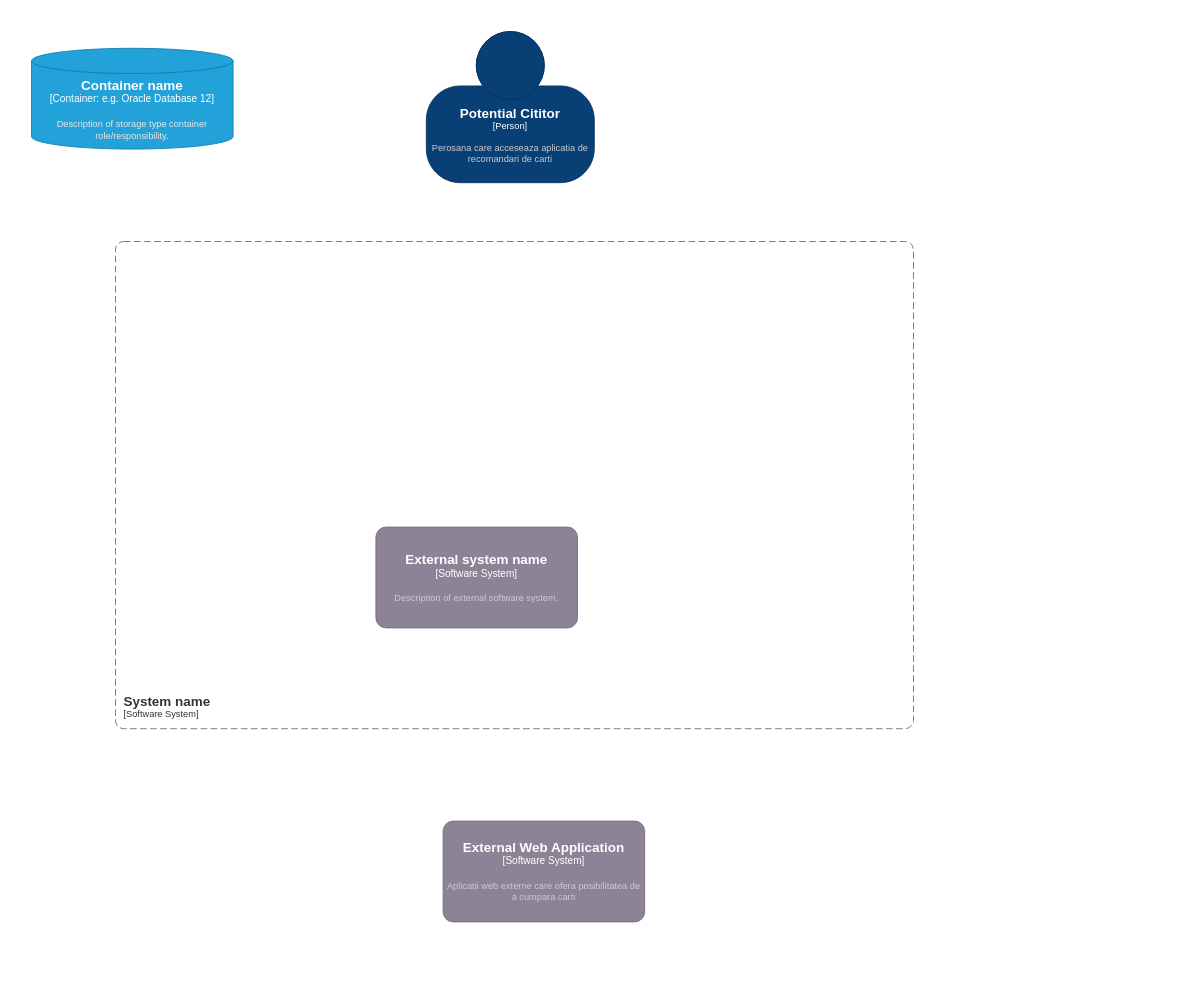
Before: page "Pagină-1" (1 of 2) of C4 model level 2.drawio in RotDr/C4Model, a draw.io diagram. Source tidied: cells renumbered, new cells numbered last; positions are measured from the earlier drawing's top-left corner, leaving out a move shared by most shapes. Both pictures are drawn from the tidied source at 84%, with x=0, y=0 at pixel (31, 31).
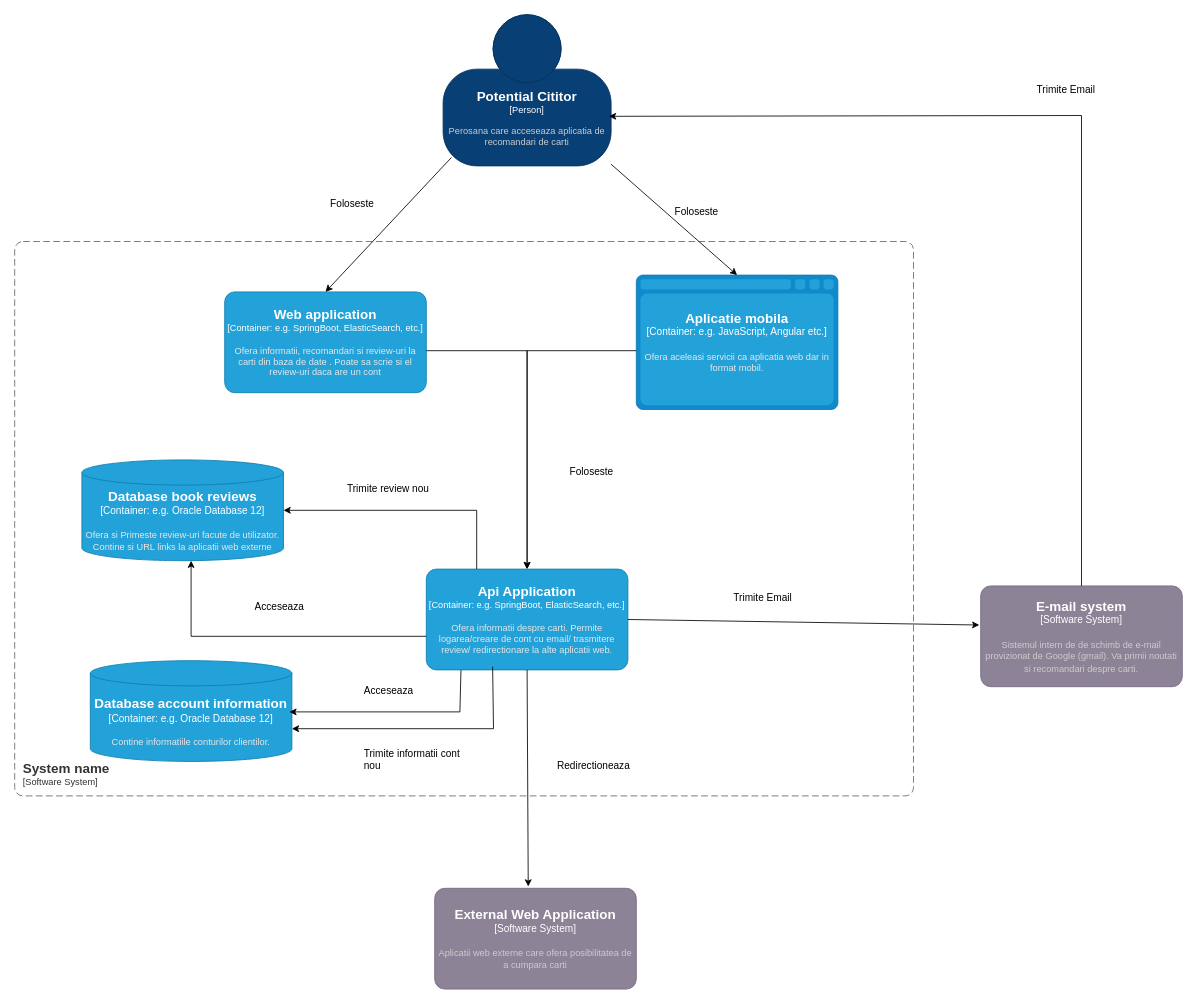
The same page after the edit.

Change to the diagram source:
```diff
@@
-    <object id="2" label="&lt;font style=&quot;font-size: 16px&quot;&gt;&lt;b&gt;%c4Name%&lt;/b&gt;&lt;/font&gt;&lt;div&gt;[%c4Type%:&amp;nbsp;%c4Technology%]&lt;/div&gt;&lt;br&gt;&lt;div&gt;&lt;font style=&quot;font-size: 11px&quot;&gt;&lt;font color=&quot;#E6E6E6&quot;&gt;%c4Description%&lt;/font&gt;&lt;/div&gt;" c4Description="Description of storage type container role/responsibility." c4Name="Container name" c4Technology="e.g. Oracle Database 12" c4Type="Container" placeholders="1">
+    <object id="2" label="&lt;font style=&quot;font-size: 16px&quot;&gt;&lt;b&gt;%c4Name%&lt;/b&gt;&lt;/font&gt;&lt;div&gt;[%c4Type%:&amp;nbsp;%c4Technology%]&lt;/div&gt;&lt;br&gt;&lt;div&gt;&lt;font style=&quot;font-size: 11px&quot;&gt;&lt;font color=&quot;#E6E6E6&quot;&gt;%c4Description%&lt;/font&gt;&lt;/div&gt;" c4Description="Ofera si Primeste review-uri facute de utilizator. Contine si URL links la aplicatii web externe" c4Name="Database book reviews" c4Technology="e.g. Oracle Database 12" c4Type="Container" placeholders="1">
       <mxCell style="shape=cylinder3;size=15;whiteSpace=wrap;html=1;boundedLbl=1;rounded=0;labelBackgroundColor=none;fillColor=#23A2D9;fontSize=12;fontColor=#ffffff;align=center;strokeColor=#0E7DAD;points=[[0.5,0,0],[1,0.25,0],[1,0.5,0],[1,0.75,0],[0.5,1,0],[0,0.75,0],[0,0.5,0],[0,0.25,0]];" parent="1" vertex="1">
-        <mxGeometry y="20" width="240" height="120" as="geometry" />
+        <mxGeometry x="60" y="510" width="240" height="120" as="geometry" />
       </mxCell>
     </object>
     <object id="3" label="&lt;font style=&quot;font-size: 16px&quot;&gt;&lt;b&gt;%c4Name%&lt;/b&gt;&lt;/font&gt;&lt;div&gt;[%c4Type%]&lt;/div&gt;&lt;br&gt;&lt;div&gt;&lt;font style=&quot;font-size: 11px&quot;&gt;&lt;font color=&quot;#cccccc&quot;&gt;%c4Description%&lt;/font&gt;&lt;/div&gt;" c4Description="Perosana care acceseaza aplicatia de recomandari de carti&#10;" c4Name="Potential Cititor" c4Type="Person" placeholders="1">
       <mxCell style="html=1;fontSize=11;dashed=0;whiteSpace=wrap;fillColor=#083F75;strokeColor=#06315C;fontColor=#ffffff;shape=mxgraph.c4.person2;align=center;points=[[0.5,0,0],[1,0.5,0],[1,0.75,0],[0.75,1,0],[0.5,1,0],[0.25,1,0],[0,0.75,0],[0,0.5,0]];" parent="1" vertex="1">
-        <mxGeometry x="470" width="200" height="180" as="geometry" />
+        <mxGeometry x="490" y="-20" width="200" height="180" as="geometry" />
       </mxCell>
     </object>
     <object id="4" label="&lt;font style=&quot;font-size: 16px&quot;&gt;&lt;b&gt;&lt;div style=&quot;text-align: left&quot;&gt;%c4Name%&lt;/div&gt;&lt;/b&gt;&lt;/font&gt;&lt;div style=&quot;text-align: left&quot;&gt;[%c4Application%]&lt;/div&gt;" c4Application="Software System" c4Name="System name" placeholders="1">
       <mxCell style="rounded=1;fontSize=11;whiteSpace=wrap;html=1;dashed=1;arcSize=20;fillColor=none;strokeColor=#666666;fontColor=#333333;labelBackgroundColor=none;align=left;verticalAlign=bottom;labelBorderColor=none;spacingTop=0;spacing=10;dashPattern=8 4;perimeter=rectanglePerimeter;noLabel=0;labelPadding=0;absoluteArcSize=1;" parent="1" vertex="1">
-        <mxGeometry x="100" y="250" width="950" height="580" as="geometry" />
+        <mxGeometry x="-20" y="250" width="1070" height="660" as="geometry" />
       </mxCell>
     </object>
+    <object id="6" label="&lt;font style=&quot;font-size: 16px&quot;&gt;&lt;b&gt;%c4Name%&lt;/b&gt;&lt;/font&gt;&lt;div&gt;[%c4Type%]&lt;/div&gt;&lt;br&gt;&lt;div&gt;&lt;font style=&quot;font-size: 11px&quot;&gt;&lt;font color=&quot;#cccccc&quot;&gt;%c4Description%&lt;/font&gt;&lt;/div&gt;" c4Description="Aplicatii web externe care ofera posibilitatea de a cumpara carti" c4Name="External Web Application" c4Type="Software System" placeholders="1">
+      <mxCell style="rounded=1;whiteSpace=wrap;html=1;labelBackgroundColor=none;fillColor=#8C8496;fontColor=#ffffff;align=center;arcSize=10;strokeColor=#736782;points=[[0.25,0,0],[0.5,0,0],[0.75,0,0],[1,0.25,0],[1,0.5,0],[1,0.75,0],[0.75,1,0],[0.5,1,0],[0.25,1,0],[0,0.75,0],[0,0.5,0],[0,0.25,0]];" parent="1" vertex="1">
+        <mxGeometry x="480" y="1020" width="240" height="120" as="geometry" />
+      </mxCell>
+    </object>
-    <object id="5" label="&lt;font style=&quot;font-size: 16px&quot;&gt;&lt;b&gt;%c4Name%&lt;/b&gt;&lt;/font&gt;&lt;div&gt;[%c4Type%]&lt;/div&gt;&lt;br&gt;&lt;div&gt;&lt;font style=&quot;font-size: 11px&quot;&gt;&lt;font color=&quot;#cccccc&quot;&gt;%c4Description%&lt;/font&gt;&lt;/div&gt;" c4Description="Description of external software system." c4Name="External system name" c4Type="Software System" placeholders="1">
+    <object id="5" label="&lt;font style=&quot;font-size: 16px&quot;&gt;&lt;b&gt;%c4Name%&lt;/b&gt;&lt;/font&gt;&lt;div&gt;[%c4Type%]&lt;/div&gt;&lt;br&gt;&lt;div&gt;&lt;font style=&quot;font-size: 11px&quot;&gt;&lt;font color=&quot;#cccccc&quot;&gt;%c4Description%&lt;/font&gt;&lt;/div&gt;" c4Description="Sistemul intern de de schimb de e-mail provizionat de Google (gmail). Va primii noutati si recomandari despre carti." c4Name="E-mail system " c4Type="Software System" placeholders="1">
       <mxCell style="rounded=1;whiteSpace=wrap;html=1;labelBackgroundColor=none;fillColor=#8C8496;fontColor=#ffffff;align=center;arcSize=10;strokeColor=#736782;points=[[0.25,0,0],[0.5,0,0],[0.75,0,0],[1,0.25,0],[1,0.5,0],[1,0.75,0],[0.75,1,0],[0.5,1,0],[0.25,1,0],[0,0.75,0],[0,0.5,0],[0,0.25,0]];" parent="1" vertex="1">
-        <mxGeometry x="410" y="590" width="240" height="120" as="geometry" />
+        <mxGeometry x="1130" y="660" width="240" height="120" as="geometry" />
       </mxCell>
     </object>
-    <object id="6" label="&lt;font style=&quot;font-size: 16px&quot;&gt;&lt;b&gt;%c4Name%&lt;/b&gt;&lt;/font&gt;&lt;div&gt;[%c4Type%]&lt;/div&gt;&lt;br&gt;&lt;div&gt;&lt;font style=&quot;font-size: 11px&quot;&gt;&lt;font color=&quot;#cccccc&quot;&gt;%c4Description%&lt;/font&gt;&lt;/div&gt;" c4Description="Aplicatii web externe care ofera posibilitatea de a cumpara carti" c4Name="External Web Application" c4Type="Software System" placeholders="1">
-      <mxCell style="rounded=1;whiteSpace=wrap;html=1;labelBackgroundColor=none;fillColor=#8C8496;fontColor=#ffffff;align=center;arcSize=10;strokeColor=#736782;points=[[0.25,0,0],[0.5,0,0],[0.75,0,0],[1,0.25,0],[1,0.5,0],[1,0.75,0],[0.75,1,0],[0.5,1,0],[0.25,1,0],[0,0.75,0],[0,0.5,0],[0,0.25,0]];" parent="1" vertex="1">
-        <mxGeometry x="490" y="940" width="240" height="120" as="geometry" />
-      </mxCell>
-    </object>
+    <object id="7" label="&lt;font style=&quot;font-size: 16px&quot;&gt;&lt;b&gt;%c4Name%&lt;/b&gt;&lt;/font&gt;&lt;div&gt;[%c4Type%:&amp;nbsp;%c4Technology%]&lt;/div&gt;&lt;br&gt;&lt;div&gt;&lt;font style=&quot;font-size: 11px&quot;&gt;&lt;font color=&quot;#E6E6E6&quot;&gt;%c4Description%&lt;/font&gt;&lt;/div&gt;" c4Description="Contine informatiile conturilor clientilor." c4Name="Database account information" c4Technology="e.g. Oracle Database 12" c4Type="Container" placeholders="1">
+      <mxCell style="shape=cylinder3;size=15;whiteSpace=wrap;html=1;boundedLbl=1;rounded=0;labelBackgroundColor=none;fillColor=#23A2D9;fontSize=12;fontColor=#ffffff;align=center;strokeColor=#0E7DAD;" parent="1" vertex="1">
+        <mxGeometry x="70" y="749" width="240" height="120" as="geometry" />
+      </mxCell>
+    </object>
+    <object id="8" label="&lt;font style=&quot;font-size: 16px&quot;&gt;&lt;b&gt;%c4Name%&lt;/b&gt;&lt;/font&gt;&lt;div&gt;[%c4Type%:&amp;nbsp;%c4Technology%]&lt;/div&gt;&lt;br&gt;&lt;div&gt;&lt;font style=&quot;font-size: 11px&quot;&gt;&lt;font color=&quot;#E6E6E6&quot;&gt;%c4Description%&lt;/font&gt;&lt;/div&gt;" c4Description="Ofera aceleasi servicii ca aplicatia web dar in format mobil." c4Name="Aplicatie mobila" c4Technology="e.g. JavaScript, Angular etc." c4Type="Container" placeholders="1">
+      <mxCell style="shape=mxgraph.c4.webBrowserContainer2;whiteSpace=wrap;html=1;boundedLbl=1;rounded=0;labelBackgroundColor=none;strokeColor=#118ACD;fillColor=#23A2D9;strokeColor=#118ACD;strokeColor2=#0E7DAD;fontSize=12;fontColor=#ffffff;align=center;points=[[0.5,0,0],[1,0.25,0],[1,0.5,0],[1,0.75,0],[0.5,1,0],[0,0.75,0],[0,0.5,0],[0,0.25,0]];" parent="1" vertex="1">
+        <mxGeometry x="720" y="290" width="240" height="160" as="geometry" />
+      </mxCell>
+    </object>
+    <object id="9" label="&lt;font style=&quot;font-size: 16px&quot;&gt;&lt;b&gt;%c4Name%&lt;/b&gt;&lt;/font&gt;&lt;div&gt;[%c4Type%: %c4Technology%]&lt;/div&gt;&lt;br&gt;&lt;div&gt;&lt;font style=&quot;font-size: 11px&quot;&gt;&lt;font color=&quot;#E6E6E6&quot;&gt;%c4Description%&lt;/font&gt;&lt;/div&gt;" c4Description="Ofera informatii, recomandari si review-uri la carti din baza de date . Poate sa scrie si el review-uri daca are un cont" c4Name="Web application" c4Technology="e.g. SpringBoot, ElasticSearch, etc." c4Type="Container" placeholders="1">
+      <mxCell style="rounded=1;whiteSpace=wrap;html=1;fontSize=11;labelBackgroundColor=none;fillColor=#23A2D9;fontColor=#ffffff;align=center;arcSize=10;strokeColor=#0E7DAD;points=[[0.25,0,0],[0.5,0,0],[0.75,0,0],[1,0.25,0],[1,0.5,0],[1,0.75,0],[0.75,1,0],[0.5,1,0],[0.25,1,0],[0,0.75,0],[0,0.5,0],[0,0.25,0]];" parent="1" vertex="1">
+        <mxGeometry x="230" y="310" width="240" height="120" as="geometry" />
+      </mxCell>
+    </object>
+    <object id="10" label="&lt;font style=&quot;font-size: 16px&quot;&gt;&lt;b&gt;%c4Name%&lt;/b&gt;&lt;/font&gt;&lt;div&gt;[%c4Type%: %c4Technology%]&lt;/div&gt;&lt;br&gt;&lt;div&gt;&lt;font style=&quot;font-size: 11px&quot;&gt;&lt;font color=&quot;#E6E6E6&quot;&gt;%c4Description%&lt;/font&gt;&lt;/div&gt;" c4Description="Ofera informatii despre carti. Permite logarea/creare de cont cu email/ trasmitere review/ redirectionare la alte aplicatii web." c4Name="Api Application" c4Technology="e.g. SpringBoot, ElasticSearch, etc." c4Type="Container" placeholders="1">
+      <mxCell style="rounded=1;whiteSpace=wrap;html=1;fontSize=11;labelBackgroundColor=none;fillColor=#23A2D9;fontColor=#ffffff;align=center;arcSize=10;strokeColor=#0E7DAD;points=[[0.25,0,0],[0.5,0,0],[0.75,0,0],[1,0.25,0],[1,0.5,0],[1,0.75,0],[0.75,1,0],[0.5,1,0],[0.25,1,0],[0,0.75,0],[0,0.5,0],[0,0.25,0]];" parent="1" vertex="1">
+        <mxGeometry x="470" y="640" width="240" height="120" as="geometry" />
+      </mxCell>
+    </object>
+    <mxCell id="11" style="endArrow=classic;html=1;rounded=0;exitX=0.05;exitY=0.944;exitDx=0;exitDy=0;exitPerimeter=0;entryX=0.5;entryY=0;entryDx=0;entryDy=0;entryPerimeter=0;" parent="1" edge="1" source="3" target="9">
+      <mxGeometry relative="1" as="geometry" />
+    </mxCell>
+    <mxCell id="12" value="Foloseste" style="text;strokeColor=none;fillColor=none;align=left;verticalAlign=middle;spacingLeft=4;spacingRight=4;overflow=hidden;whiteSpace=wrap;html=1;" parent="1" vertex="1">
+      <mxGeometry x="350" y="190" width="80" height="30" as="geometry" />
+    </mxCell>
+    <mxCell id="13" value="Foloseste" style="text;strokeColor=none;fillColor=none;align=left;verticalAlign=middle;spacingLeft=4;spacingRight=4;overflow=hidden;whiteSpace=wrap;html=1;" parent="1" vertex="1">
+      <mxGeometry x="760" y="200" width="80" height="30" as="geometry" />
+    </mxCell>
+    <mxCell id="14" style="endArrow=classic;html=1;rounded=0;entryX=0.5;entryY=0;entryDx=0;entryDy=0;entryPerimeter=0;" parent="1" edge="1" source="3" target="8">
+      <mxGeometry relative="1" as="geometry" />
+    </mxCell>
+    <mxCell id="15" style="endArrow=classic;html=1;rounded=0;" parent="1" edge="1">
+      <mxGeometry relative="1" as="geometry">
+        <mxPoint x="470" y="720" as="sourcePoint" />
+        <mxPoint x="190" y="630" as="targetPoint" />
+        <Array as="points">
+          <mxPoint x="190" y="720" />
+        </Array>
+      </mxGeometry>
+    </mxCell>
+    <mxCell id="16" value="Acceseaza" style="text;strokeColor=none;fillColor=none;align=left;verticalAlign=middle;spacingLeft=4;spacingRight=4;overflow=hidden;whiteSpace=wrap;html=1;" parent="1" vertex="1">
+      <mxGeometry x="260" y="670" width="80" height="30" as="geometry" />
+    </mxCell>
+    <mxCell id="17" style="endArrow=classic;html=1;rounded=0;entryX=1;entryY=0.5;entryDx=0;entryDy=0;entryPerimeter=0;" parent="1" edge="1" target="2">
+      <mxGeometry relative="1" as="geometry">
+        <mxPoint x="530" y="640" as="sourcePoint" />
+        <Array as="points">
+          <mxPoint x="530" y="570" />
+        </Array>
+      </mxGeometry>
+    </mxCell>
+    <mxCell id="18" style="endArrow=classic;html=1;rounded=0;exitX=0.172;exitY=1.002;exitDx=0;exitDy=0;exitPerimeter=0;" parent="1" edge="1" source="10">
+      <mxGeometry relative="1" as="geometry">
+        <mxPoint x="307" y="810" as="targetPoint" />
+        <Array as="points">
+          <mxPoint x="510" y="810" />
+        </Array>
+      </mxGeometry>
+    </mxCell>
+    <mxCell id="19" value="Acceseaza" style="text;strokeColor=none;fillColor=none;align=left;verticalAlign=middle;spacingLeft=4;spacingRight=4;overflow=hidden;whiteSpace=wrap;html=1;" parent="1" vertex="1">
+      <mxGeometry x="390" y="770" width="80" height="30" as="geometry" />
+    </mxCell>
+    <mxCell id="20" style="endArrow=classic;html=1;rounded=0;exitX=0.329;exitY=0.968;exitDx=0;exitDy=0;exitPerimeter=0;" parent="1" edge="1" source="10">
+      <mxGeometry relative="1" as="geometry">
+        <mxPoint x="310" y="830" as="targetPoint" />
+        <Array as="points">
+          <mxPoint x="550" y="830" />
+        </Array>
+      </mxGeometry>
+    </mxCell>
+    <mxCell id="21" value="Trimite informatii cont nou" style="text;strokeColor=none;fillColor=none;align=left;verticalAlign=middle;spacingLeft=4;spacingRight=4;overflow=hidden;whiteSpace=wrap;html=1;" parent="1" vertex="1">
+      <mxGeometry x="390" y="850" width="140" height="30" as="geometry" />
+    </mxCell>
+    <mxCell id="22" style="endArrow=classic;html=1;rounded=0;exitX=1;exitY=0.5;exitDx=0;exitDy=0;exitPerimeter=0;entryX=-0.007;entryY=0.388;entryDx=0;entryDy=0;entryPerimeter=0;" parent="1" edge="1" source="10" target="5">
+      <mxGeometry relative="1" as="geometry" />
+    </mxCell>
+    <mxCell id="23" value="Trimite Email" style="text;strokeColor=none;fillColor=none;align=left;verticalAlign=middle;spacingLeft=4;spacingRight=4;overflow=hidden;whiteSpace=wrap;html=1;" parent="1" vertex="1">
+      <mxGeometry x="830" y="660" width="80" height="30" as="geometry" />
+    </mxCell>
+    <mxCell id="24" style="endArrow=classic;html=1;rounded=0;exitX=0.5;exitY=0;exitDx=0;exitDy=0;exitPerimeter=0;entryX=0.987;entryY=0.672;entryDx=0;entryDy=0;entryPerimeter=0;" parent="1" edge="1" source="5" target="3">
+      <mxGeometry relative="1" as="geometry">
+        <Array as="points">
+          <mxPoint x="1250" y="100" />
+        </Array>
+      </mxGeometry>
+    </mxCell>
+    <mxCell id="25" value="Trimite Email" style="text;strokeColor=none;fillColor=none;align=left;verticalAlign=middle;spacingLeft=4;spacingRight=4;overflow=hidden;whiteSpace=wrap;html=1;" parent="1" vertex="1">
+      <mxGeometry x="1191" y="55" width="80" height="30" as="geometry" />
+    </mxCell>
+    <mxCell id="26" style="endArrow=classic;html=1;rounded=0;entryX=0.464;entryY=-0.018;entryDx=0;entryDy=0;entryPerimeter=0;" parent="1" edge="1" target="6">
+      <mxGeometry relative="1" as="geometry">
+        <mxPoint x="590" y="760" as="sourcePoint" />
+      </mxGeometry>
+    </mxCell>
+    <mxCell id="27" value="Redirectioneaza" style="text;strokeColor=none;fillColor=none;align=left;verticalAlign=middle;spacingLeft=4;spacingRight=4;overflow=hidden;whiteSpace=wrap;html=1;" parent="1" vertex="1">
+      <mxGeometry x="620" y="860" width="110" height="30" as="geometry" />
+    </mxCell>
+    <mxCell id="28" style="endArrow=classic;html=1;rounded=0;entryX=0.5;entryY=0;entryDx=0;entryDy=0;entryPerimeter=0;" parent="1" edge="1" target="10">
+      <mxGeometry relative="1" as="geometry">
+        <mxPoint x="470" y="380" as="sourcePoint" />
+        <Array as="points">
+          <mxPoint x="590" y="380" />
+        </Array>
+      </mxGeometry>
+    </mxCell>
+    <mxCell id="29" style="endArrow=classic;html=1;rounded=0;entryX=0.5;entryY=0;entryDx=0;entryDy=0;entryPerimeter=0;" parent="1" edge="1" target="10">
+      <mxGeometry relative="1" as="geometry">
+        <mxPoint x="720" y="380" as="sourcePoint" />
+        <Array as="points">
+          <mxPoint x="590" y="380" />
+        </Array>
+      </mxGeometry>
+    </mxCell>
+    <mxCell id="30" value="Foloseste" style="text;strokeColor=none;fillColor=none;align=left;verticalAlign=middle;spacingLeft=4;spacingRight=4;overflow=hidden;whiteSpace=wrap;html=1;" parent="1" vertex="1">
+      <mxGeometry x="635" y="510" width="80" height="30" as="geometry" />
+    </mxCell>
+    <mxCell id="31" value="Trimite review nou" style="text;strokeColor=none;fillColor=none;align=left;verticalAlign=middle;spacingLeft=4;spacingRight=4;overflow=hidden;whiteSpace=wrap;html=1;" parent="1" vertex="1">
+      <mxGeometry x="370" y="530" width="110" height="30" as="geometry" />
+    </mxCell>
```
